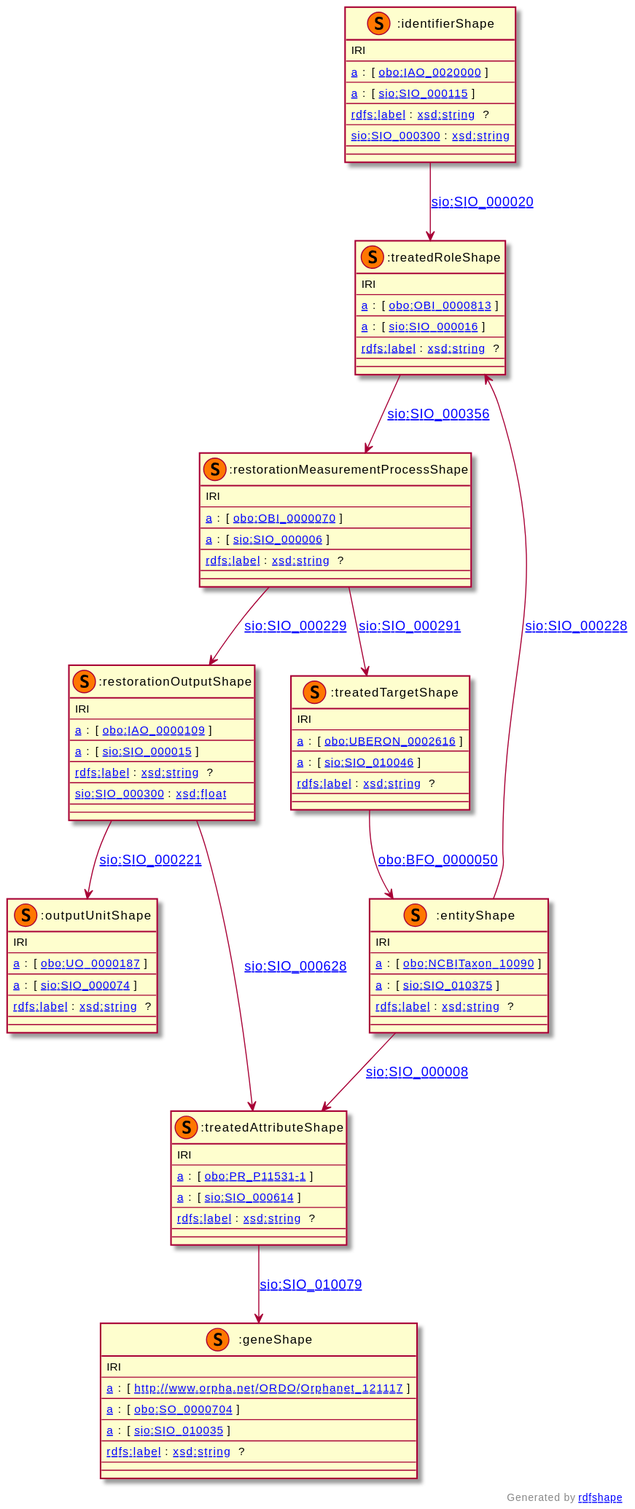
Earlier version of the PlantUML export therapeutic-wp4/images/shex/molecular_outcome.svg (NuriaQueralt/bind-data-semantic-model). Its diagram source:
```plantuml
@startuml
class ":identifierShape" as 0 <<(S,#FF7700)>> [[http://w3id.org/bind/data/v1/shex/identifierShape :identifierShape]] {
IRI
--
[[http://www.w3.org/1999/02/22-rdf-syntax-ns#type a]] : [ [[http://purl.obolibrary.org/obo/IAO_0020000 obo:IAO_0020000]] ]
--
[[http://www.w3.org/1999/02/22-rdf-syntax-ns#type a]] : [ [[http://semanticscience.org/resource/SIO_000115 sio:SIO_000115]] ]
--
[[http://www.w3.org/2000/01/rdf-schema#label rdfs:label]] : [[http://www.w3.org/2001/XMLSchema#string xsd:string]]  ?
--
[[http://semanticscience.org/resource/SIO_000300 sio:SIO_000300]] : [[http://www.w3.org/2001/XMLSchema#string xsd:string]]
--
--
}
class ":restorationOutputShape" as 5 <<(S,#FF7700)>> [[http://w3id.org/bind/data/v1/shex/restorationOutputShape :restorationOutputShape]] {
IRI
--
[[http://www.w3.org/1999/02/22-rdf-syntax-ns#type a]] : [ [[http://purl.obolibrary.org/obo/IAO_0000109 obo:IAO_0000109]] ]
--
[[http://www.w3.org/1999/02/22-rdf-syntax-ns#type a]] : [ [[http://semanticscience.org/resource/SIO_000015 sio:SIO_000015]] ]
--
[[http://www.w3.org/2000/01/rdf-schema#label rdfs:label]] : [[http://www.w3.org/2001/XMLSchema#string xsd:string]]  ?
--
[[http://semanticscience.org/resource/SIO_000300 sio:SIO_000300]] : [[http://www.w3.org/2001/XMLSchema#float xsd:float]]
--
--
}
class ":treatedRoleShape" as 1 <<(S,#FF7700)>> [[http://w3id.org/bind/data/v1/shex/treatedRoleShape :treatedRoleShape]] {
IRI
--
[[http://www.w3.org/1999/02/22-rdf-syntax-ns#type a]] : [ [[http://purl.obolibrary.org/obo/OBI_0000813 obo:OBI_0000813]] ]
--
[[http://www.w3.org/1999/02/22-rdf-syntax-ns#type a]] : [ [[http://semanticscience.org/resource/SIO_000016 sio:SIO_000016]] ]
--
[[http://www.w3.org/2000/01/rdf-schema#label rdfs:label]] : [[http://www.w3.org/2001/XMLSchema#string xsd:string]]  ?
--
--
}
class ":treatedTargetShape" as 6 <<(S,#FF7700)>> [[http://w3id.org/bind/data/v1/shex/treatedTargetShape :treatedTargetShape]] {
IRI
--
[[http://www.w3.org/1999/02/22-rdf-syntax-ns#type a]] : [ [[http://purl.obolibrary.org/obo/UBERON_0002616 obo:UBERON_0002616]] ]
--
[[http://www.w3.org/1999/02/22-rdf-syntax-ns#type a]] : [ [[http://semanticscience.org/resource/SIO_010046 sio:SIO_010046]] ]
--
[[http://www.w3.org/2000/01/rdf-schema#label rdfs:label]] : [[http://www.w3.org/2001/XMLSchema#string xsd:string]]  ?
--
--
}
class ":entityShape" as 2 <<(S,#FF7700)>> [[http://w3id.org/bind/data/v1/shex/entityShape :entityShape]] {
IRI
--
[[http://www.w3.org/1999/02/22-rdf-syntax-ns#type a]] : [ [[http://purl.obolibrary.org/obo/NCBITaxon_10090 obo:NCBITaxon_10090]] ]
--
[[http://www.w3.org/1999/02/22-rdf-syntax-ns#type a]] : [ [[http://semanticscience.org/resource/SIO_010375 sio:SIO_010375]] ]
--
[[http://www.w3.org/2000/01/rdf-schema#label rdfs:label]] : [[http://www.w3.org/2001/XMLSchema#string xsd:string]]  ?
--
--
}
class ":outputUnitShape" as 7 <<(S,#FF7700)>> [[http://w3id.org/bind/data/v1/shex/outputUnitShape :outputUnitShape]] {
IRI
--
[[http://www.w3.org/1999/02/22-rdf-syntax-ns#type a]] : [ [[http://purl.obolibrary.org/obo/UO_0000187 obo:UO_0000187]] ]
--
[[http://www.w3.org/1999/02/22-rdf-syntax-ns#type a]] : [ [[http://semanticscience.org/resource/SIO_000074 sio:SIO_000074]] ]
--
[[http://www.w3.org/2000/01/rdf-schema#label rdfs:label]] : [[http://www.w3.org/2001/XMLSchema#string xsd:string]]  ?
--
--
}
class ":treatedAttributeShape" as 3 <<(S,#FF7700)>> [[http://w3id.org/bind/data/v1/shex/treatedAttributeShape :treatedAttributeShape]] {
IRI
--
[[http://www.w3.org/1999/02/22-rdf-syntax-ns#type a]] : [ [[http://purl.obolibrary.org/obo/PR_P11531-1 obo:PR_P11531-1]] ]
--
[[http://www.w3.org/1999/02/22-rdf-syntax-ns#type a]] : [ [[http://semanticscience.org/resource/SIO_000614 sio:SIO_000614]] ]
--
[[http://www.w3.org/2000/01/rdf-schema#label rdfs:label]] : [[http://www.w3.org/2001/XMLSchema#string xsd:string]]  ?
--
--
}
class ":geneShape" as 8 <<(S,#FF7700)>> [[http://w3id.org/bind/data/v1/shex/geneShape :geneShape]] {
IRI
--
[[http://www.w3.org/1999/02/22-rdf-syntax-ns#type a]] : [ [[http://www.orpha.net/ORDO/Orphanet_121117 http://www.orpha.net/ORDO/Orphanet_121117]] ]
--
[[http://www.w3.org/1999/02/22-rdf-syntax-ns#type a]] : [ [[http://purl.obolibrary.org/obo/SO_0000704 obo:SO_0000704]] ]
--
[[http://www.w3.org/1999/02/22-rdf-syntax-ns#type a]] : [ [[http://semanticscience.org/resource/SIO_010035 sio:SIO_010035]] ]
--
[[http://www.w3.org/2000/01/rdf-schema#label rdfs:label]] : [[http://www.w3.org/2001/XMLSchema#string xsd:string]]  ?
--
--
}
class ":restorationMeasurementProcessShape" as 4 <<(S,#FF7700)>> [[http://w3id.org/bind/data/v1/shex/restorationMeasurementProcessShape :restorationMeasurementProcessShape]] {
IRI
--
[[http://www.w3.org/1999/02/22-rdf-syntax-ns#type a]] : [ [[http://purl.obolibrary.org/obo/OBI_0000070 obo:OBI_0000070]] ]
--
[[http://www.w3.org/1999/02/22-rdf-syntax-ns#type a]] : [ [[http://semanticscience.org/resource/SIO_000006 sio:SIO_000006]] ]
--
[[http://www.w3.org/2000/01/rdf-schema#label rdfs:label]] : [[http://www.w3.org/2001/XMLSchema#string xsd:string]]  ?
--
--
}
3 --> " " 8 : [[http://semanticscience.org/resource/SIO_010079 sio:SIO_010079]]
5 --> " " 7 : [[http://semanticscience.org/resource/SIO_000221 sio:SIO_000221]]
5 --> " " 3 : [[http://semanticscience.org/resource/SIO_000628 sio:SIO_000628]]
6 --> " " 2 : [[http://purl.obolibrary.org/obo/BFO_0000050 obo:BFO_0000050]]
4 --> " " 6 : [[http://semanticscience.org/resource/SIO_000291 sio:SIO_000291]]
4 --> " " 5 : [[http://semanticscience.org/resource/SIO_000229 sio:SIO_000229]]
1 --> " " 4 : [[http://semanticscience.org/resource/SIO_000356 sio:SIO_000356]]
2 --> " " 1 : [[http://semanticscience.org/resource/SIO_000228 sio:SIO_000228]]
2 --> " " 3 : [[http://semanticscience.org/resource/SIO_000008 sio:SIO_000008]]
0 --> " " 1 : [[http://semanticscience.org/resource/SIO_000020 sio:SIO_000020]]

right footer Generated by [[https://rdfshape.weso.es rdfshape]]
@enduml
```
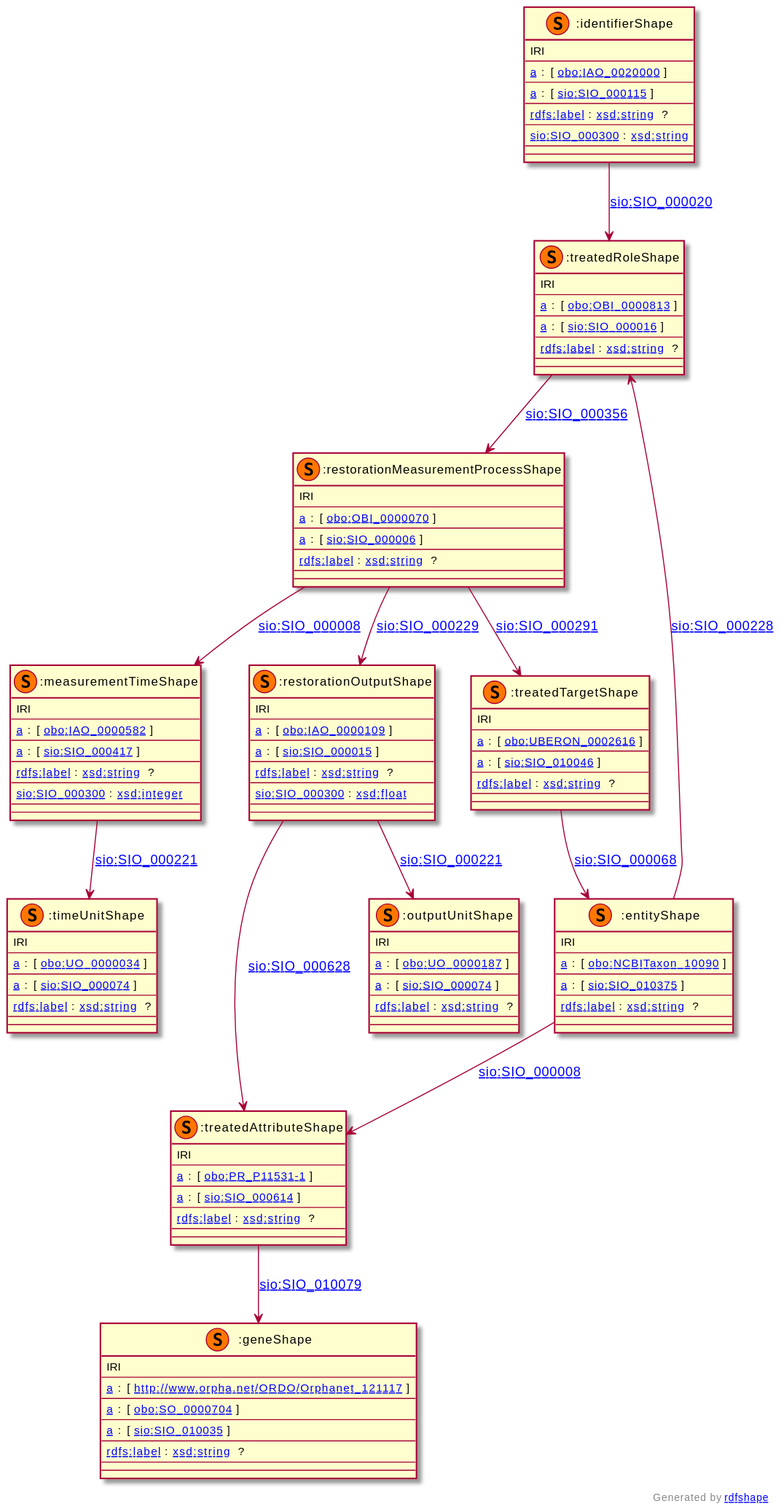
Above is the later version.

Commit message:
added time stamp to shex file and image

What changed in the source:
```diff
@@ -12,16 +12,29 @@
 --
 --
 }
-class ":restorationOutputShape" as 5 <<(S,#FF7700)>> [[http://w3id.org/bind/data/v1/shex/restorationOutputShape :restorationOutputShape]] {
+class ":measurementTimeShape" as 5 <<(S,#FF7700)>> [[http://w3id.org/bind/data/v1/shex/measurementTimeShape :measurementTimeShape]] {
 IRI
 --
-[[http://www.w3.org/1999/02/22-rdf-syntax-ns#type a]] : [ [[http://purl.obolibrary.org/obo/IAO_0000109 obo:IAO_0000109]] ]
+[[http://www.w3.org/1999/02/22-rdf-syntax-ns#type a]] : [ [[http://purl.obolibrary.org/obo/IAO_0000582 obo:IAO_0000582]] ]
 --
-[[http://www.w3.org/1999/02/22-rdf-syntax-ns#type a]] : [ [[http://semanticscience.org/resource/SIO_000015 sio:SIO_000015]] ]
+[[http://www.w3.org/1999/02/22-rdf-syntax-ns#type a]] : [ [[http://semanticscience.org/resource/SIO_000417 sio:SIO_000417]] ]
 --
 [[http://www.w3.org/2000/01/rdf-schema#label rdfs:label]] : [[http://www.w3.org/2001/XMLSchema#string xsd:string]]  ?
 --
-[[http://semanticscience.org/resource/SIO_000300 sio:SIO_000300]] : [[http://www.w3.org/2001/XMLSchema#float xsd:float]]
+[[http://semanticscience.org/resource/SIO_000300 sio:SIO_000300]] : [[http://www.w3.org/2001/XMLSchema#integer xsd:integer]]
+--
+--
+}
+class ":geneShape" as 10 <<(S,#FF7700)>> [[http://w3id.org/bind/data/v1/shex/geneShape :geneShape]] {
+IRI
+--
+[[http://www.w3.org/1999/02/22-rdf-syntax-ns#type a]] : [ [[http://www.orpha.net/ORDO/Orphanet_121117 http://www.orpha.net/ORDO/Orphanet_121117]] ]
+--
+[[http://www.w3.org/1999/02/22-rdf-syntax-ns#type a]] : [ [[http://purl.obolibrary.org/obo/SO_0000704 obo:SO_0000704]] ]
+--
+[[http://www.w3.org/1999/02/22-rdf-syntax-ns#type a]] : [ [[http://semanticscience.org/resource/SIO_010035 sio:SIO_010035]] ]
+--
+[[http://www.w3.org/2000/01/rdf-schema#label rdfs:label]] : [[http://www.w3.org/2001/XMLSchema#string xsd:string]]  ?
 --
 --
 }
@@ -36,12 +49,25 @@
 --
 --
 }
-class ":treatedTargetShape" as 6 <<(S,#FF7700)>> [[http://w3id.org/bind/data/v1/shex/treatedTargetShape :treatedTargetShape]] {
+class ":restorationOutputShape" as 6 <<(S,#FF7700)>> [[http://w3id.org/bind/data/v1/shex/restorationOutputShape :restorationOutputShape]] {
 IRI
 --
-[[http://www.w3.org/1999/02/22-rdf-syntax-ns#type a]] : [ [[http://purl.obolibrary.org/obo/UBERON_0002616 obo:UBERON_0002616]] ]
+[[http://www.w3.org/1999/02/22-rdf-syntax-ns#type a]] : [ [[http://purl.obolibrary.org/obo/IAO_0000109 obo:IAO_0000109]] ]
 --
-[[http://www.w3.org/1999/02/22-rdf-syntax-ns#type a]] : [ [[http://semanticscience.org/resource/SIO_010046 sio:SIO_010046]] ]
+[[http://www.w3.org/1999/02/22-rdf-syntax-ns#type a]] : [ [[http://semanticscience.org/resource/SIO_000015 sio:SIO_000015]] ]
+--
+[[http://www.w3.org/2000/01/rdf-schema#label rdfs:label]] : [[http://www.w3.org/2001/XMLSchema#string xsd:string]]  ?
+--
+[[http://semanticscience.org/resource/SIO_000300 sio:SIO_000300]] : [[http://www.w3.org/2001/XMLSchema#float xsd:float]]
+--
+--
+}
+class ":timeUnitShape" as 9 <<(S,#FF7700)>> [[http://w3id.org/bind/data/v1/shex/timeUnitShape :timeUnitShape]] {
+IRI
+--
+[[http://www.w3.org/1999/02/22-rdf-syntax-ns#type a]] : [ [[http://purl.obolibrary.org/obo/UO_0000034 obo:UO_0000034]] ]
+--
+[[http://www.w3.org/1999/02/22-rdf-syntax-ns#type a]] : [ [[http://semanticscience.org/resource/SIO_000074 sio:SIO_000074]] ]
 --
 [[http://www.w3.org/2000/01/rdf-schema#label rdfs:label]] : [[http://www.w3.org/2001/XMLSchema#string xsd:string]]  ?
 --
@@ -58,12 +84,12 @@
 --
 --
 }
-class ":outputUnitShape" as 7 <<(S,#FF7700)>> [[http://w3id.org/bind/data/v1/shex/outputUnitShape :outputUnitShape]] {
+class ":treatedTargetShape" as 7 <<(S,#FF7700)>> [[http://w3id.org/bind/data/v1/shex/treatedTargetShape :treatedTargetShape]] {
 IRI
 --
-[[http://www.w3.org/1999/02/22-rdf-syntax-ns#type a]] : [ [[http://purl.obolibrary.org/obo/UO_0000187 obo:UO_0000187]] ]
+[[http://www.w3.org/1999/02/22-rdf-syntax-ns#type a]] : [ [[http://purl.obolibrary.org/obo/UBERON_0002616 obo:UBERON_0002616]] ]
 --
-[[http://www.w3.org/1999/02/22-rdf-syntax-ns#type a]] : [ [[http://semanticscience.org/resource/SIO_000074 sio:SIO_000074]] ]
+[[http://www.w3.org/1999/02/22-rdf-syntax-ns#type a]] : [ [[http://semanticscience.org/resource/SIO_010046 sio:SIO_010046]] ]
 --
 [[http://www.w3.org/2000/01/rdf-schema#label rdfs:label]] : [[http://www.w3.org/2001/XMLSchema#string xsd:string]]  ?
 --
@@ -80,14 +106,12 @@
 --
 --
 }
-class ":geneShape" as 8 <<(S,#FF7700)>> [[http://w3id.org/bind/data/v1/shex/geneShape :geneShape]] {
+class ":outputUnitShape" as 8 <<(S,#FF7700)>> [[http://w3id.org/bind/data/v1/shex/outputUnitShape :outputUnitShape]] {
 IRI
 --
-[[http://www.w3.org/1999/02/22-rdf-syntax-ns#type a]] : [ [[http://www.orpha.net/ORDO/Orphanet_121117 http://www.orpha.net/ORDO/Orphanet_121117]] ]
+[[http://www.w3.org/1999/02/22-rdf-syntax-ns#type a]] : [ [[http://purl.obolibrary.org/obo/UO_0000187 obo:UO_0000187]] ]
 --
-[[http://www.w3.org/1999/02/22-rdf-syntax-ns#type a]] : [ [[http://purl.obolibrary.org/obo/SO_0000704 obo:SO_0000704]] ]
---
-[[http://www.w3.org/1999/02/22-rdf-syntax-ns#type a]] : [ [[http://semanticscience.org/resource/SIO_010035 sio:SIO_010035]] ]
+[[http://www.w3.org/1999/02/22-rdf-syntax-ns#type a]] : [ [[http://semanticscience.org/resource/SIO_000074 sio:SIO_000074]] ]
 --
 [[http://www.w3.org/2000/01/rdf-schema#label rdfs:label]] : [[http://www.w3.org/2001/XMLSchema#string xsd:string]]  ?
 --
@@ -104,12 +128,14 @@
 --
 --
 }
-3 --> " " 8 : [[http://semanticscience.org/resource/SIO_010079 sio:SIO_010079]]
-5 --> " " 7 : [[http://semanticscience.org/resource/SIO_000221 sio:SIO_000221]]
-5 --> " " 3 : [[http://semanticscience.org/resource/SIO_000628 sio:SIO_000628]]
-6 --> " " 2 : [[http://purl.obolibrary.org/obo/BFO_0000050 obo:BFO_0000050]]
-4 --> " " 6 : [[http://semanticscience.org/resource/SIO_000291 sio:SIO_000291]]
-4 --> " " 5 : [[http://semanticscience.org/resource/SIO_000229 sio:SIO_000229]]
+3 --> " " 10 : [[http://semanticscience.org/resource/SIO_010079 sio:SIO_010079]]
+5 --> " " 9 : [[http://semanticscience.org/resource/SIO_000221 sio:SIO_000221]]
+6 --> " " 8 : [[http://semanticscience.org/resource/SIO_000221 sio:SIO_000221]]
+6 --> " " 3 : [[http://semanticscience.org/resource/SIO_000628 sio:SIO_000628]]
+7 --> " " 2 : [[http://semanticscience.org/resource/SIO_000068 sio:SIO_000068]]
+4 --> " " 7 : [[http://semanticscience.org/resource/SIO_000291 sio:SIO_000291]]
+4 --> " " 6 : [[http://semanticscience.org/resource/SIO_000229 sio:SIO_000229]]
+4 --> " " 5 : [[http://semanticscience.org/resource/SIO_000008 sio:SIO_000008]]
 1 --> " " 4 : [[http://semanticscience.org/resource/SIO_000356 sio:SIO_000356]]
 2 --> " " 1 : [[http://semanticscience.org/resource/SIO_000228 sio:SIO_000228]]
 2 --> " " 3 : [[http://semanticscience.org/resource/SIO_000008 sio:SIO_000008]]
```
